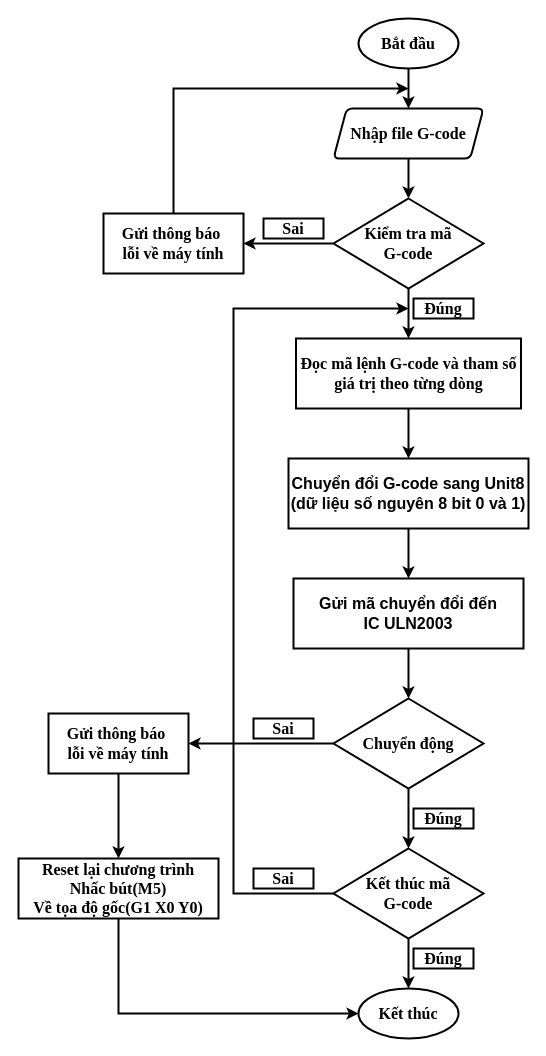
This is doc/Lưu đồ quy trình thực thi mã G (1).drawio from phamhiep2506/TinyCNC_Plotter, a draw.io file, before an edit. Source tidied: cells renumbered, new cells numbered last; positions are measured from the earlier drawing's top-left corner, leaving out a move shared by most shapes. Both pictures are drawn from the tidied source at 100%, with x=0, y=0 at pixel (18, 18).
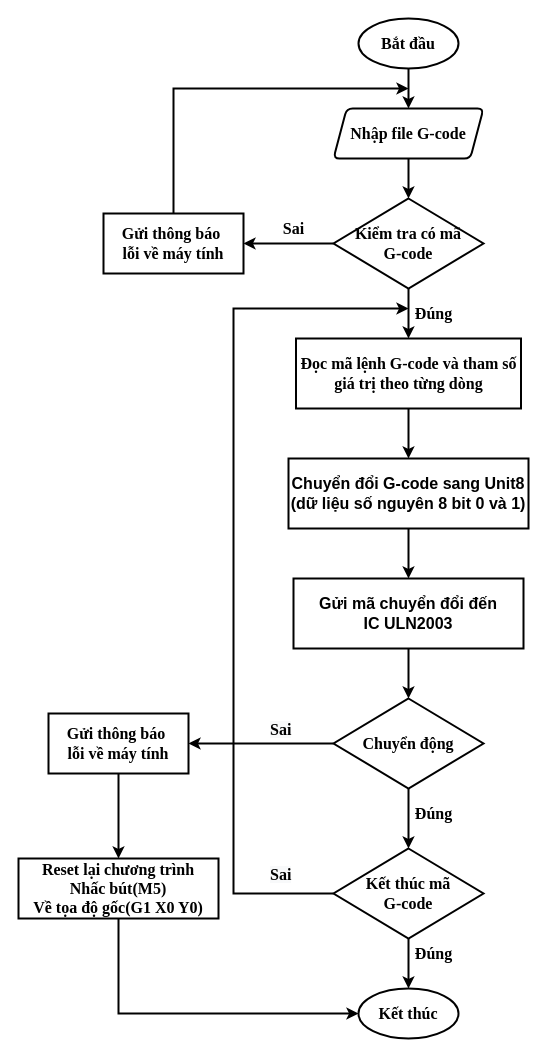
The same diagram, later.

Diff of the diagram source:
```diff
@@
-    <mxCell id="6" value="&lt;b style=&quot;&quot;&gt;Kiểm tra mã &lt;br&gt;G-code&lt;br&gt;&lt;/b&gt;" style="rhombus;whiteSpace=wrap;html=1;fontFamily=Times New Roman;fontSize=16;strokeWidth=2;" parent="1" vertex="1">
+    <mxCell id="6" value="&lt;b style=&quot;&quot;&gt;Kiểm tra có mã &lt;br&gt;G-code&lt;br&gt;&lt;/b&gt;" style="rhombus;whiteSpace=wrap;html=1;fontFamily=Times New Roman;fontSize=16;strokeWidth=2;" parent="1" vertex="1">
       <mxGeometry x="315" y="180" width="150" height="90" as="geometry" />
     </mxCell>
@@
-    <mxCell id="8" value="&lt;b&gt;Sai&lt;/b&gt;" style="rounded=0;whiteSpace=wrap;html=1;fontFamily=Times New Roman;fontSize=16;strokeWidth=2;" parent="1" vertex="1">
-      <mxGeometry x="245" y="200" width="60" height="20" as="geometry" />
-    </mxCell>
@@
-    <mxCell id="13" value="&lt;b&gt;Đúng&lt;/b&gt;" style="rounded=0;whiteSpace=wrap;html=1;fontFamily=Times New Roman;fontSize=16;strokeWidth=2;" parent="1" vertex="1">
-      <mxGeometry x="395" y="280" width="60" height="20" as="geometry" />
-    </mxCell>
@@
-    <mxCell id="21" value="&lt;b&gt;Đúng&lt;/b&gt;" style="rounded=0;whiteSpace=wrap;html=1;fontFamily=Times New Roman;fontSize=16;strokeWidth=2;" parent="1" vertex="1">
-      <mxGeometry x="395" y="790" width="60" height="20" as="geometry" />
-    </mxCell>
-    <mxCell id="22" value="&lt;b&gt;Sai&lt;/b&gt;" style="rounded=0;whiteSpace=wrap;html=1;fontFamily=Times New Roman;fontSize=16;strokeWidth=2;" parent="1" vertex="1">
-      <mxGeometry x="235" y="700" width="60" height="20" as="geometry" />
-    </mxCell>
@@
-    <mxCell id="25" value="&lt;b&gt;Đúng&lt;/b&gt;" style="rounded=0;whiteSpace=wrap;html=1;fontFamily=Times New Roman;fontSize=16;strokeWidth=2;" parent="1" vertex="1">
-      <mxGeometry x="395" y="930" width="60" height="20" as="geometry" />
-    </mxCell>
-    <mxCell id="26" value="&lt;b&gt;Sai&lt;/b&gt;" style="rounded=0;whiteSpace=wrap;html=1;fontFamily=Times New Roman;fontSize=16;strokeWidth=2;" parent="1" vertex="1">
-      <mxGeometry x="235" y="850" width="60" height="20" as="geometry" />
-    </mxCell>
@@
+    <mxCell id="34" value="&lt;font style=&quot;font-size: 16px;&quot; face=&quot;Times New Roman&quot;&gt;&lt;b&gt;Sai&lt;/b&gt;&lt;/font&gt;" style="text;html=1;align=center;verticalAlign=middle;strokeColor=none;fillColor=none;" parent="1" vertex="1">
+      <mxGeometry x="255" y="195" width="40" height="30" as="geometry" />
+    </mxCell>
+    <mxCell id="35" value="&lt;b style=&quot;color: rgb(0, 0, 0); font-family: &amp;quot;Times New Roman&amp;quot;; font-size: 16px; font-style: normal; font-variant-ligatures: normal; font-variant-caps: normal; letter-spacing: normal; orphans: 2; text-align: center; text-indent: 0px; text-transform: none; widows: 2; word-spacing: 0px; -webkit-text-stroke-width: 0px; background-color: rgb(248, 249, 250); text-decoration-thickness: initial; text-decoration-style: initial; text-decoration-color: initial;&quot;&gt;Sai&lt;/b&gt;" style="text;whiteSpace=wrap;html=1;fontSize=16;fontFamily=Times New Roman;" parent="1" vertex="1">
+      <mxGeometry x="250" y="695" width="50" height="40" as="geometry" />
+    </mxCell>
+    <mxCell id="36" value="&lt;b style=&quot;color: rgb(0, 0, 0); font-family: &amp;quot;Times New Roman&amp;quot;; font-size: 16px; font-style: normal; font-variant-ligatures: normal; font-variant-caps: normal; letter-spacing: normal; orphans: 2; text-align: center; text-indent: 0px; text-transform: none; widows: 2; word-spacing: 0px; -webkit-text-stroke-width: 0px; background-color: rgb(248, 249, 250); text-decoration-thickness: initial; text-decoration-style: initial; text-decoration-color: initial;&quot;&gt;Sai&lt;/b&gt;" style="text;whiteSpace=wrap;html=1;fontSize=16;fontFamily=Times New Roman;" parent="1" vertex="1">
+      <mxGeometry x="250" y="840" width="50" height="35" as="geometry" />
+    </mxCell>
+    <mxCell id="37" value="&lt;b&gt;Đúng&lt;/b&gt;" style="text;html=1;align=center;verticalAlign=middle;strokeColor=none;fillColor=none;fontSize=16;fontFamily=Times New Roman;" parent="1" vertex="1">
+      <mxGeometry x="385" y="780" width="60" height="30" as="geometry" />
+    </mxCell>
+    <mxCell id="38" value="&lt;b&gt;Đúng&lt;/b&gt;" style="text;html=1;align=center;verticalAlign=middle;strokeColor=none;fillColor=none;fontSize=16;fontFamily=Times New Roman;" parent="1" vertex="1">
+      <mxGeometry x="385" y="920" width="60" height="30" as="geometry" />
+    </mxCell>
+    <mxCell id="39" value="&lt;b&gt;Đúng&lt;/b&gt;" style="text;html=1;align=center;verticalAlign=middle;strokeColor=none;fillColor=none;fontSize=16;fontFamily=Times New Roman;" parent="1" vertex="1">
+      <mxGeometry x="385" y="280" width="60" height="30" as="geometry" />
+    </mxCell>
```
